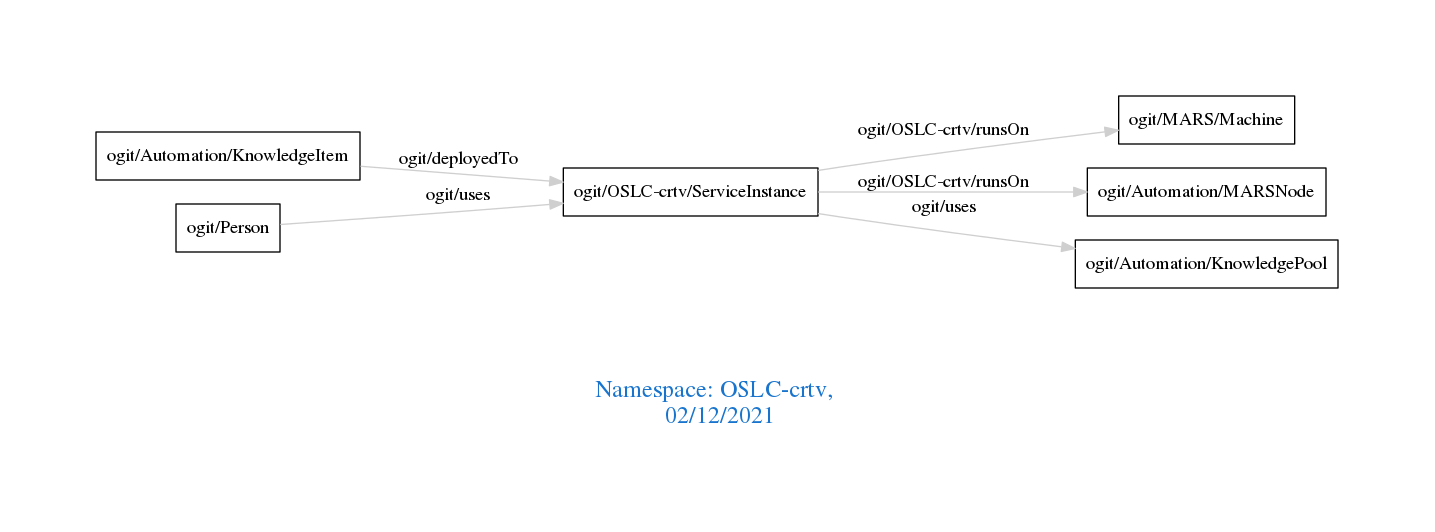
The Graphviz diagram downloads/OSLC-crtv.png in arago/OGIT, before a commit. Its source is kept beside it as downloads/OSLC-crtv.dot.
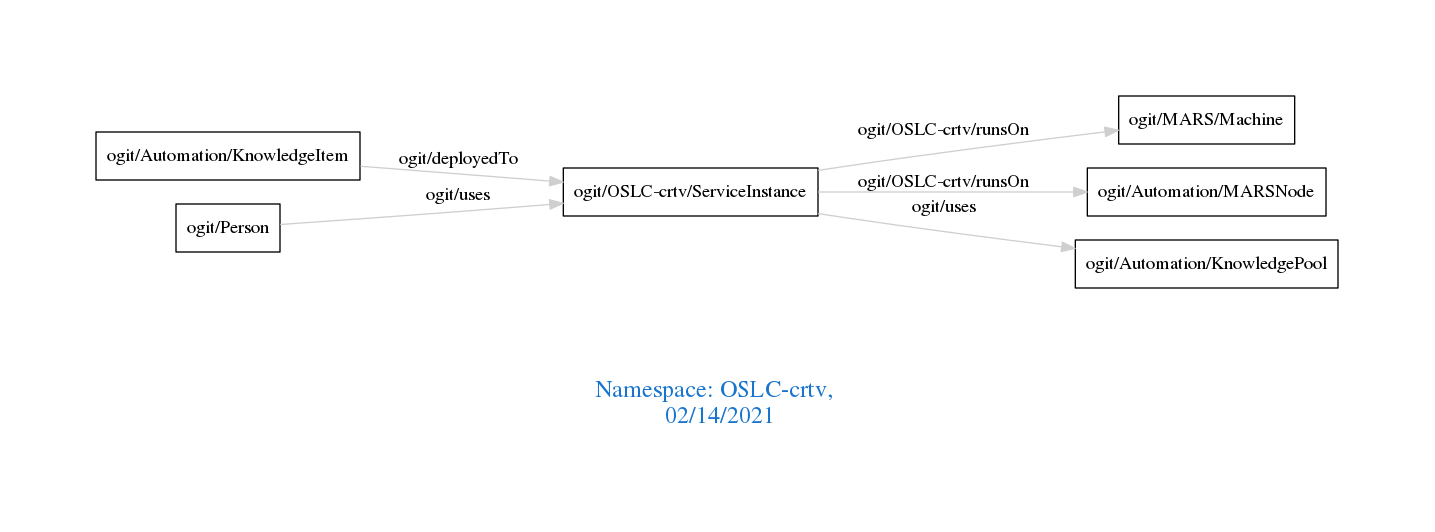
Above is the later version.

Change to the diagram source:
```diff
@@ -1,7 +1,7 @@
 digraph OGIT_ontology {
  graph [ rankdir= LR,pad=1
 fontsize = 18,
-fontcolor= dodgerblue3,label = "\n\n\nNamespace: OSLC-crtv, \n 02/12/2021"];
+fontcolor= dodgerblue3,label = "\n\n\nNamespace: OSLC-crtv, \n 02/14/2021"];
 node[shape=polygon];
 edge [  color="gray81"];
 
```
